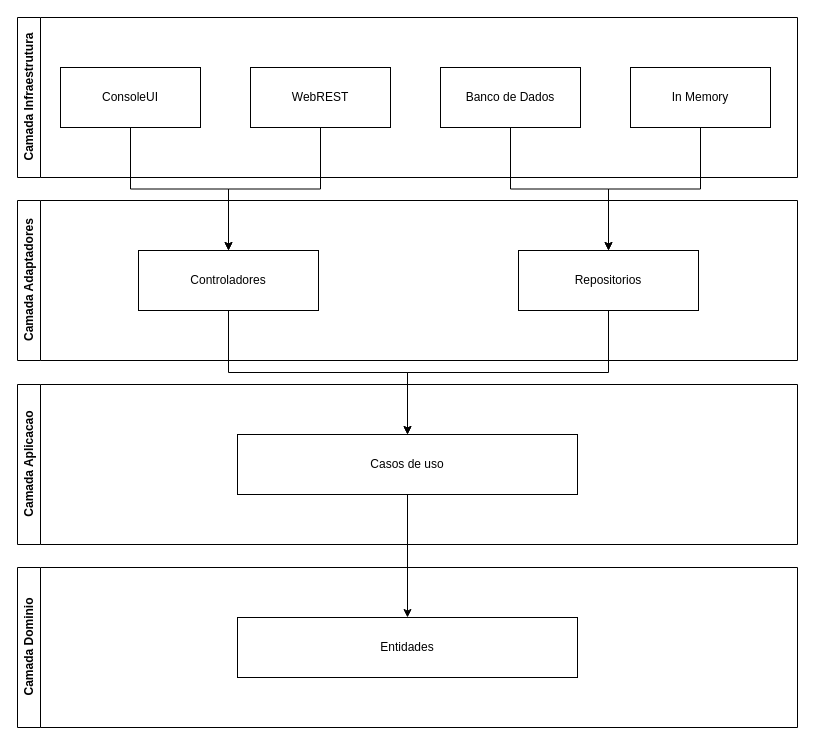
gleberphant/BibliotecaJava keeps this draw.io diagram as cleanArch.drawio. Above is the earlier version. Source tidied: cells renumbered, new cells numbered last; positions are measured from the earlier drawing's top-left corner, leaving out a move shared by most shapes. Both pictures are drawn from the tidied source at 100%, with x=0, y=0 at pixel (17, 17).
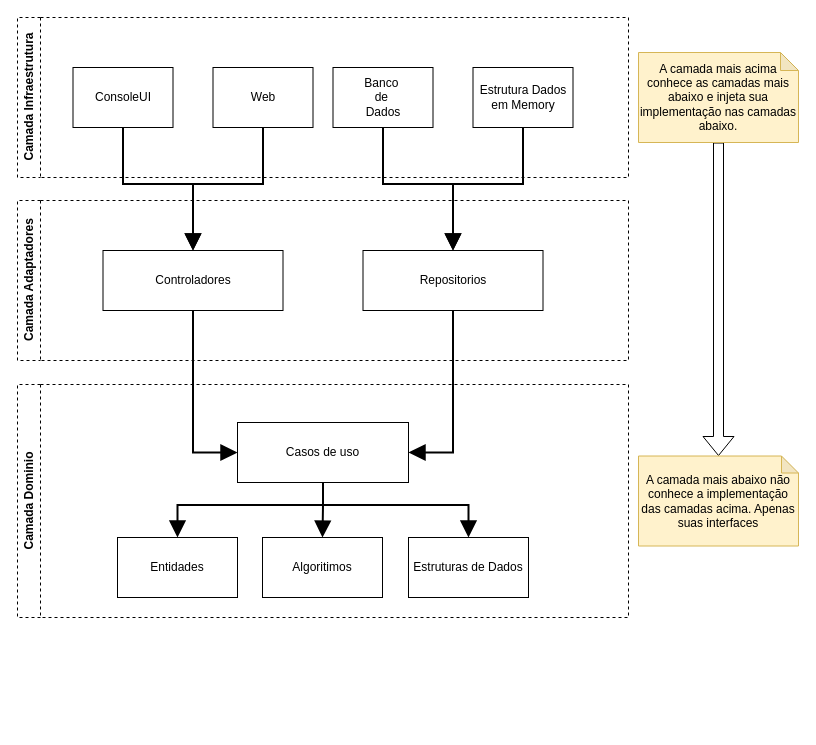
Above is the later version.

Diff of the diagram source:
```diff
@@
-    <mxCell id="2" style="rounded=0;jettySize=auto;html=1;edgeStyle=orthogonalEdgeStyle;entryX=0.5;entryY=0;entryDx=0;entryDy=0;" parent="1" edge="1" source="15" target="18">
+    <mxCell id="2" style="rounded=0;jettySize=auto;html=1;edgeStyle=orthogonalEdgeStyle;entryX=0;entryY=0.5;entryDx=0;entryDy=0;strokeWidth=2;endArrow=block;endFill=1;endSize=12;" parent="1" edge="1" source="15" target="18">
       <mxGeometry relative="1" as="geometry" />
     </mxCell>
-    <mxCell id="3" style="rounded=0;jettySize=auto;html=1;entryX=0.5;entryY=0;entryDx=0;entryDy=0;edgeStyle=orthogonalEdgeStyle;" parent="1" edge="1" source="16" target="18">
+    <mxCell id="3" style="rounded=0;jettySize=auto;html=1;entryX=1;entryY=0.5;entryDx=0;entryDy=0;edgeStyle=orthogonalEdgeStyle;strokeWidth=2;endArrow=block;endFill=1;endSize=12;" parent="1" edge="1" source="16" target="18">
       <mxGeometry relative="1" as="geometry" />
     </mxCell>
-    <mxCell id="4" style="edgeStyle=orthogonalEdgeStyle;rounded=0;jettySize=auto;html=1;" parent="1" edge="1" source="18" target="20">
-      <mxGeometry relative="1" as="geometry" />
-    </mxCell>
-    <mxCell id="5" style="edgeStyle=orthogonalEdgeStyle;rounded=0;jettySize=auto;html=1;entryX=0.5;entryY=0;entryDx=0;entryDy=0;exitX=0.5;exitY=1;exitDx=0;exitDy=0;" parent="1" edge="1" source="13" target="16">
+    <mxCell id="5" style="edgeStyle=orthogonalEdgeStyle;rounded=0;jettySize=auto;html=1;entryX=0.5;entryY=0;entryDx=0;entryDy=0;exitX=0.5;exitY=1;exitDx=0;exitDy=0;strokeWidth=2;endArrow=block;endFill=1;endSize=12;" parent="1" edge="1" source="13" target="16">
       <mxGeometry relative="1" as="geometry" />
     </mxCell>
-    <mxCell id="6" style="edgeStyle=orthogonalEdgeStyle;rounded=0;jettySize=auto;html=1;exitX=0.5;exitY=1;exitDx=0;exitDy=0;" parent="1" edge="1" source="10" target="15">
+    <mxCell id="6" style="edgeStyle=orthogonalEdgeStyle;rounded=0;jettySize=auto;html=1;exitX=0.5;exitY=1;exitDx=0;exitDy=0;strokeWidth=2;endArrow=block;endFill=1;endSize=12;" parent="1" edge="1" source="10" target="15">
       <mxGeometry relative="1" as="geometry" />
     </mxCell>
-    <mxCell id="7" style="edgeStyle=orthogonalEdgeStyle;rounded=0;jettySize=auto;html=1;exitX=0.5;exitY=1;exitDx=0;exitDy=0;" parent="1" edge="1" source="11" target="15">
+    <mxCell id="7" style="edgeStyle=orthogonalEdgeStyle;rounded=0;jettySize=auto;html=1;exitX=0.5;exitY=1;exitDx=0;exitDy=0;endArrow=block;endFill=1;endSize=12;strokeWidth=2;" parent="1" edge="1" source="11" target="15">
       <mxGeometry relative="1" as="geometry" />
     </mxCell>
-    <mxCell id="8" style="edgeStyle=orthogonalEdgeStyle;rounded=0;jettySize=auto;html=1;exitX=0.5;exitY=1;exitDx=0;exitDy=0;" parent="1" edge="1" source="12" target="16">
+    <mxCell id="8" style="edgeStyle=orthogonalEdgeStyle;rounded=0;jettySize=auto;html=1;exitX=0.5;exitY=1;exitDx=0;exitDy=0;strokeWidth=2;endArrow=block;endFill=1;endSize=12;" parent="1" edge="1" source="12" target="16">
       <mxGeometry relative="1" as="geometry" />
     </mxCell>
-    <mxCell id="9" value="Camada Infraestrutura" style="swimlane;horizontal=0;whiteSpace=wrap;html=1;" parent="1" vertex="1">
-      <mxGeometry width="780" height="160" as="geometry" />
+    <mxCell id="9" value="Camada Infraestrutura" style="swimlane;horizontal=0;whiteSpace=wrap;html=1;dashed=1;" parent="1" vertex="1">
+      <mxGeometry width="611" height="160" as="geometry" />
     </mxCell>
     <mxCell id="10" value="ConsoleUI" style="rounded=0;whiteSpace=wrap;html=1;" parent="9" vertex="1">
-      <mxGeometry x="43" y="50" width="140" height="60" as="geometry" />
+      <mxGeometry x="55.5" y="50" width="100" height="60" as="geometry" />
     </mxCell>
-    <mxCell id="11" value="WebREST" style="rounded=0;whiteSpace=wrap;html=1;" parent="9" vertex="1">
-      <mxGeometry x="233" y="50" width="140" height="60" as="geometry" />
+    <mxCell id="11" value="Web" style="rounded=0;whiteSpace=wrap;html=1;" parent="9" vertex="1">
+      <mxGeometry x="195.5" y="50" width="100" height="60" as="geometry" />
     </mxCell>
-    <mxCell id="12" value="Banco de Dados" style="rounded=0;whiteSpace=wrap;html=1;" parent="9" vertex="1">
-      <mxGeometry x="423" y="50" width="140" height="60" as="geometry" />
+    <mxCell id="12" value="Banco&amp;nbsp;&lt;div&gt;de&amp;nbsp;&lt;/div&gt;&lt;div&gt;Dados&lt;/div&gt;" style="rounded=0;whiteSpace=wrap;html=1;" parent="9" vertex="1">
+      <mxGeometry x="315.5" y="50" width="100" height="60" as="geometry" />
     </mxCell>
-    <mxCell id="13" value="In Memory" style="rounded=0;whiteSpace=wrap;html=1;" parent="9" vertex="1">
-      <mxGeometry x="613" y="50" width="140" height="60" as="geometry" />
+    <mxCell id="13" value="Estrutura Dados em Memory" style="rounded=0;whiteSpace=wrap;html=1;" parent="9" vertex="1">
+      <mxGeometry x="455.5" y="50" width="100" height="60" as="geometry" />
     </mxCell>
-    <mxCell id="14" value="Camada Adaptadores" style="swimlane;horizontal=0;whiteSpace=wrap;html=1;" parent="1" vertex="1">
-      <mxGeometry y="183" width="780" height="160" as="geometry" />
+    <mxCell id="14" value="Camada Adaptadores" style="swimlane;horizontal=0;whiteSpace=wrap;html=1;dashed=1;" parent="1" vertex="1">
+      <mxGeometry y="183" width="611" height="160" as="geometry" />
     </mxCell>
     <mxCell id="15" value="Controladores" style="rounded=0;whiteSpace=wrap;html=1;" parent="14" vertex="1">
-      <mxGeometry x="121" y="50" width="180" height="60" as="geometry" />
+      <mxGeometry x="85.5" y="50" width="180" height="60" as="geometry" />
     </mxCell>
     <mxCell id="16" value="Repositorios" style="rounded=0;whiteSpace=wrap;html=1;" parent="14" vertex="1">
-      <mxGeometry x="501" y="50" width="180" height="60" as="geometry" />
+      <mxGeometry x="345.5" y="50" width="180" height="60" as="geometry" />
     </mxCell>
-    <mxCell id="17" value="Camada Aplicacao" style="swimlane;horizontal=0;whiteSpace=wrap;html=1;" parent="1" vertex="1">
-      <mxGeometry y="367" width="780" height="160" as="geometry" />
+    <mxCell id="17" value="Camada Dominio" style="swimlane;horizontal=0;whiteSpace=wrap;html=1;dashed=1;" parent="1" vertex="1">
+      <mxGeometry y="367" width="611" height="233" as="geometry" />
     </mxCell>
     <mxCell id="18" value="Casos de uso" style="rounded=0;whiteSpace=wrap;html=1;" parent="17" vertex="1">
-      <mxGeometry x="220" y="50" width="340" height="60" as="geometry" />
+      <mxGeometry x="220" y="38" width="171" height="60" as="geometry" />
     </mxCell>
-    <mxCell id="19" value="Camada Dominio" style="swimlane;horizontal=0;whiteSpace=wrap;html=1;" parent="1" vertex="1">
-      <mxGeometry y="550" width="780" height="160" as="geometry" />
-    </mxCell>
-    <mxCell id="20" value="Entidades" style="rounded=0;whiteSpace=wrap;html=1;" parent="19" vertex="1">
-      <mxGeometry x="220" y="50" width="340" height="60" as="geometry" />
+    <mxCell id="20" value="Entidades" style="rounded=0;whiteSpace=wrap;html=1;" parent="17" vertex="1">
+      <mxGeometry x="100" y="153" width="120" height="60" as="geometry" />
     </mxCell>
+    <mxCell id="4" style="edgeStyle=orthogonalEdgeStyle;rounded=0;jettySize=auto;html=1;strokeWidth=2;endArrow=block;endFill=1;endSize=12;exitX=0.5;exitY=1;exitDx=0;exitDy=0;" parent="17" edge="1" source="18" target="20">
+      <mxGeometry relative="1" as="geometry" />
+    </mxCell>
+    <mxCell id="21" value="Algoritimos" style="rounded=0;whiteSpace=wrap;html=1;" parent="17" vertex="1">
+      <mxGeometry x="245" y="153" width="120" height="60" as="geometry" />
+    </mxCell>
+    <mxCell id="22" style="edgeStyle=orthogonalEdgeStyle;rounded=0;jettySize=auto;html=1;strokeWidth=2;endArrow=block;endFill=1;endSize=12;exitX=0.5;exitY=1;exitDx=0;exitDy=0;" parent="17" edge="1" source="18" target="21">
+      <mxGeometry relative="1" as="geometry" />
+    </mxCell>
+    <mxCell id="23" value="Estruturas de Dados" style="rounded=0;whiteSpace=wrap;html=1;" parent="17" vertex="1">
+      <mxGeometry x="391" y="153" width="120" height="60" as="geometry" />
+    </mxCell>
+    <mxCell id="24" style="edgeStyle=orthogonalEdgeStyle;rounded=0;jettySize=auto;html=1;strokeWidth=2;endArrow=block;endFill=1;endSize=12;exitX=0.5;exitY=1;exitDx=0;exitDy=0;" parent="17" edge="1" source="18" target="23">
+      <mxGeometry relative="1" as="geometry" />
+    </mxCell>
+    <mxCell id="25" style="shape=flexArrow;endArrow=classic;html=1;" parent="1" edge="1" source="27" target="26">
+      <mxGeometry relative="1" as="geometry" />
+    </mxCell>
+    <mxCell id="26" value="A camada mais abaixo não conhece a implementação das camadas acima. Apenas suas interfaces" style="shape=note;whiteSpace=wrap;html=1;backgroundOutline=1;darkOpacity=0.05;size=17;fillColor=#fff2cc;strokeColor=#d6b656;fontStyle=0;" parent="1" vertex="1">
+      <mxGeometry x="621" y="438.5" width="160" height="90" as="geometry" />
+    </mxCell>
+    <mxCell id="27" value="A camada mais acima conhece as camadas mais abaixo e injeta sua implementação nas camadas abaixo." style="shape=note;whiteSpace=wrap;html=1;backgroundOutline=1;darkOpacity=0.05;size=18;fillColor=#fff2cc;strokeColor=#d6b656;fontStyle=0;" parent="1" vertex="1">
+      <mxGeometry x="621" y="35" width="160" height="90" as="geometry" />
+    </mxCell>
```
